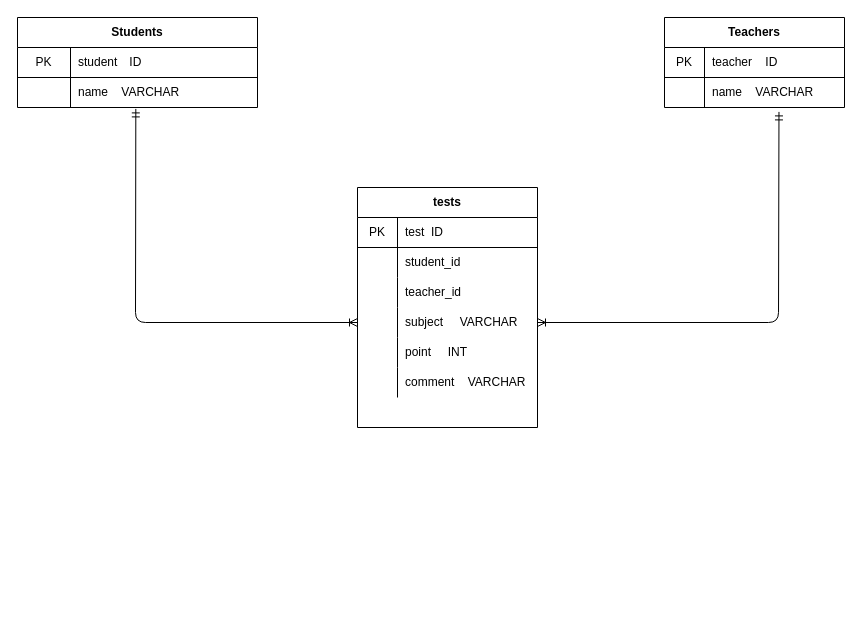
Earlier version of the draw.io diagram test.drawio (kochan-soccer/database_test). Source tidied: cells renumbered, new cells numbered last; positions are measured from the earlier drawing's top-left corner, leaving out a move shared by most shapes. Both pictures are drawn from the tidied source at 100%, with x=0, y=0 at pixel (17, 17).
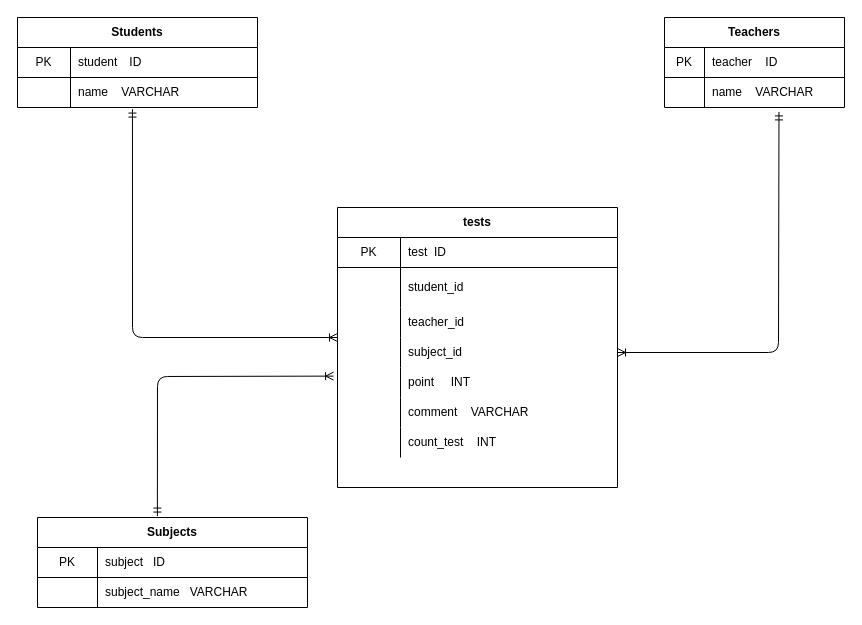
After the change.

The change refers to these unchanged cells:
```xml
<mxCell id="6" style="shape=partialRectangle;html=1;whiteSpace=wrap;fillColor=none;top=0;left=0;bottom=0;right=0;points=[[0,0.5],[1,0.5]];portConstraint=eastwest;" parent="2" vertex="1">
  <mxGeometry y="60" width="240" height="30" as="geometry" />
</mxCell>
<mxCell id="13" style="shape=partialRectangle;html=1;whiteSpace=wrap;fillColor=none;top=0;left=0;bottom=0;right=0;points=[[0,0.5],[1,0.5]];portConstraint=eastwest;" parent="9" vertex="1">
  <mxGeometry y="60" width="180" height="30" as="geometry" />
</mxCell>
```

Change to the diagram source:
```diff
@@
     <mxCell id="16" value="tests" style="shape=table;html=1;whiteSpace=wrap;startSize=30;childLayout=tableLayout;rowLines=0;fontStyle=1;align=center;" parent="1" vertex="1">
-      <mxGeometry x="340" y="170" width="180" height="240" as="geometry" />
+      <mxGeometry x="320" y="190" width="280" height="280" as="geometry" />
     </mxCell>
     <mxCell id="17" style="shape=partialRectangle;html=1;whiteSpace=wrap;fillColor=none;top=0;left=0;bottom=1;right=0;" parent="16" vertex="1">
-      <mxGeometry y="30" width="180" height="30" as="geometry" />
+      <mxGeometry y="30" width="280" height="30" as="geometry" />
     </mxCell>
     <mxCell id="18" value="PK" style="shape=partialRectangle;html=1;whiteSpace=wrap;fillColor=none;top=0;left=0;bottom=0;right=0;overflow=hidden;" parent="17" vertex="1">
-      <mxGeometry width="40" height="30" as="geometry" />
+      <mxGeometry width="63" height="30" as="geometry" />
     </mxCell>
     <mxCell id="19" value="test&amp;nbsp; ID" style="shape=partialRectangle;html=1;whiteSpace=wrap;fillColor=none;top=0;left=0;bottom=0;right=0;align=left;spacingLeft=6;overflow=hidden;" parent="17" vertex="1">
-      <mxGeometry x="40" width="140" height="30" as="geometry" />
+      <mxGeometry x="63" width="217" height="30" as="geometry" />
     </mxCell>
     <mxCell id="20" style="shape=partialRectangle;html=1;whiteSpace=wrap;fillColor=none;top=0;left=0;bottom=0;right=0;" parent="16" vertex="1">
-      <mxGeometry y="60" width="180" height="30" as="geometry" />
+      <mxGeometry y="60" width="280" height="40" as="geometry" />
     </mxCell>
     <mxCell id="21" style="shape=partialRectangle;html=1;whiteSpace=wrap;fillColor=none;top=0;left=0;bottom=0;right=0;overflow=hidden;" parent="20" vertex="1">
-      <mxGeometry width="40" height="30" as="geometry" />
+      <mxGeometry width="63" height="40" as="geometry" />
     </mxCell>
     <mxCell id="22" value="student_id" style="shape=partialRectangle;html=1;whiteSpace=wrap;fillColor=none;top=0;left=0;bottom=0;right=0;align=left;spacingLeft=6;overflow=hidden;" parent="20" vertex="1">
-      <mxGeometry x="40" width="140" height="30" as="geometry" />
+      <mxGeometry x="63" width="217" height="40" as="geometry" />
     </mxCell>
     <mxCell id="23" style="shape=partialRectangle;html=1;whiteSpace=wrap;fillColor=none;top=0;left=0;bottom=0;right=0;" parent="16" vertex="1">
-      <mxGeometry y="90" width="180" height="30" as="geometry" />
+      <mxGeometry y="100" width="280" height="30" as="geometry" />
     </mxCell>
     <mxCell id="24" style="shape=partialRectangle;html=1;whiteSpace=wrap;fillColor=none;top=0;left=0;bottom=0;right=0;overflow=hidden;" parent="23" vertex="1">
-      <mxGeometry width="40" height="30" as="geometry" />
+      <mxGeometry width="63" height="30" as="geometry" />
     </mxCell>
     <mxCell id="25" value="teacher_id" style="shape=partialRectangle;html=1;whiteSpace=wrap;fillColor=none;top=0;left=0;bottom=0;right=0;align=left;spacingLeft=6;overflow=hidden;" parent="23" vertex="1">
-      <mxGeometry x="40" width="140" height="30" as="geometry" />
+      <mxGeometry x="63" width="217" height="30" as="geometry" />
     </mxCell>
     <mxCell id="26" style="shape=partialRectangle;html=1;whiteSpace=wrap;fillColor=none;top=0;left=0;bottom=0;right=0;points=[[0,0.5],[1,0.5]];portConstraint=eastwest;" parent="16" vertex="1">
-      <mxGeometry y="120" width="180" height="30" as="geometry" />
+      <mxGeometry y="130" width="280" height="30" as="geometry" />
     </mxCell>
     <mxCell id="27" style="shape=partialRectangle;html=1;whiteSpace=wrap;fillColor=none;top=0;left=0;bottom=0;right=0;overflow=hidden;" parent="26" vertex="1">
-      <mxGeometry width="40" height="30" as="geometry" />
+      <mxGeometry width="63" height="30" as="geometry" />
     </mxCell>
-    <mxCell id="28" value="subject&amp;nbsp; &amp;nbsp; &amp;nbsp;VARCHAR" style="shape=partialRectangle;html=1;whiteSpace=wrap;fillColor=none;top=0;left=0;bottom=0;right=0;align=left;spacingLeft=6;overflow=hidden;" parent="26" vertex="1">
-      <mxGeometry x="40" width="140" height="30" as="geometry" />
+    <mxCell id="28" value="subject_id" style="shape=partialRectangle;html=1;whiteSpace=wrap;fillColor=none;top=0;left=0;bottom=0;right=0;align=left;spacingLeft=6;overflow=hidden;" parent="26" vertex="1">
+      <mxGeometry x="63" width="217" height="30" as="geometry" />
     </mxCell>
     <mxCell id="29" style="shape=partialRectangle;html=1;whiteSpace=wrap;fillColor=none;top=0;left=0;bottom=0;right=0;points=[[0,0.5],[1,0.5]];portConstraint=eastwest;" parent="16" vertex="1">
-      <mxGeometry y="150" width="180" height="30" as="geometry" />
+      <mxGeometry y="160" width="280" height="30" as="geometry" />
     </mxCell>
     <mxCell id="30" style="shape=partialRectangle;html=1;whiteSpace=wrap;fillColor=none;top=0;left=0;bottom=0;right=0;overflow=hidden;" parent="29" vertex="1">
-      <mxGeometry width="40" height="30" as="geometry" />
+      <mxGeometry width="63" height="30" as="geometry" />
     </mxCell>
     <mxCell id="31" value="point&amp;nbsp; &amp;nbsp; &amp;nbsp;INT" style="shape=partialRectangle;html=1;whiteSpace=wrap;fillColor=none;top=0;left=0;bottom=0;right=0;align=left;spacingLeft=6;overflow=hidden;" parent="29" vertex="1">
-      <mxGeometry x="40" width="140" height="30" as="geometry" />
+      <mxGeometry x="63" width="217" height="30" as="geometry" />
     </mxCell>
     <mxCell id="32" style="shape=partialRectangle;html=1;whiteSpace=wrap;fillColor=none;top=0;left=0;bottom=0;right=0;" parent="16" vertex="1">
-      <mxGeometry y="180" width="180" height="30" as="geometry" />
+      <mxGeometry y="190" width="280" height="30" as="geometry" />
     </mxCell>
     <mxCell id="33" style="shape=partialRectangle;html=1;whiteSpace=wrap;fillColor=none;top=0;left=0;bottom=0;right=0;overflow=hidden;" parent="32" vertex="1">
-      <mxGeometry width="40" height="30" as="geometry" />
+      <mxGeometry width="63" height="30" as="geometry" />
     </mxCell>
     <mxCell id="34" value="comment&amp;nbsp; &amp;nbsp; VARCHAR" style="shape=partialRectangle;html=1;whiteSpace=wrap;fillColor=none;top=0;left=0;bottom=0;right=0;align=left;spacingLeft=6;overflow=hidden;" parent="32" vertex="1">
-      <mxGeometry x="40" width="140" height="30" as="geometry" />
+      <mxGeometry x="63" width="217" height="30" as="geometry" />
     </mxCell>
+    <mxCell id="37" style="shape=partialRectangle;html=1;whiteSpace=wrap;fillColor=none;top=0;left=0;bottom=0;right=0;" parent="16" vertex="1">
+      <mxGeometry y="220" width="280" height="30" as="geometry" />
+    </mxCell>
+    <mxCell id="38" style="shape=partialRectangle;html=1;whiteSpace=wrap;fillColor=none;top=0;left=0;bottom=0;right=0;overflow=hidden;" parent="37" vertex="1">
+      <mxGeometry width="63" height="30" as="geometry" />
+    </mxCell>
+    <mxCell id="39" value="count_test&amp;nbsp; &amp;nbsp; INT" style="shape=partialRectangle;html=1;whiteSpace=wrap;fillColor=none;top=0;left=0;bottom=0;right=0;align=left;spacingLeft=6;overflow=hidden;" parent="37" vertex="1">
+      <mxGeometry x="63" width="217" height="30" as="geometry" />
+    </mxCell>
     <mxCell id="35" style="endArrow=ERoneToMany;html=1;entryX=1;entryY=0.5;entryDx=0;entryDy=0;exitX=0.636;exitY=1.147;exitDx=0;exitDy=0;exitPerimeter=0;endFill=0;startArrow=ERmandOne;startFill=0;" parent="1" edge="1" source="13" target="26">
       <mxGeometry relative="1" as="geometry">
         <Array as="points">
-          <mxPoint x="761" y="305" />
+          <mxPoint x="761" y="335" />
         </Array>
       </mxGeometry>
     </mxCell>
-    <mxCell id="36" style="endArrow=ERoneToMany;html=1;endFill=0;entryX=0;entryY=0.5;entryDx=0;entryDy=0;exitX=0.493;exitY=1.047;exitDx=0;exitDy=0;exitPerimeter=0;startArrow=ERmandOne;startFill=0;" parent="1" edge="1" source="6" target="26">
+    <mxCell id="36" style="endArrow=ERoneToMany;html=1;endFill=0;exitX=0.479;exitY=1.053;exitDx=0;exitDy=0;exitPerimeter=0;startArrow=ERmandOne;startFill=0;" parent="1" edge="1" source="6">
       <mxGeometry relative="1" as="geometry">
+        <mxPoint x="320" y="320" as="targetPoint" />
         <Array as="points">
-          <mxPoint x="118" y="305" />
+          <mxPoint x="115" y="320" />
         </Array>
       </mxGeometry>
     </mxCell>
+    <mxCell id="40" value="Subjects" style="shape=table;html=1;whiteSpace=wrap;startSize=30;childLayout=tableLayout;rowLines=0;fontStyle=1;align=center;" parent="1" vertex="1">
+      <mxGeometry x="20" y="500" width="270" height="90" as="geometry" />
+    </mxCell>
+    <mxCell id="41" style="shape=partialRectangle;html=1;whiteSpace=wrap;fillColor=none;top=0;left=0;bottom=1;right=0;" parent="40" vertex="1">
+      <mxGeometry y="30" width="270" height="30" as="geometry" />
+    </mxCell>
+    <mxCell id="42" value="PK" style="shape=partialRectangle;html=1;whiteSpace=wrap;fillColor=none;top=0;left=0;bottom=0;right=0;overflow=hidden;" parent="41" vertex="1">
+      <mxGeometry width="60" height="30" as="geometry" />
+    </mxCell>
+    <mxCell id="43" value="subject&amp;nbsp; &amp;nbsp;ID" style="shape=partialRectangle;html=1;whiteSpace=wrap;fillColor=none;top=0;left=0;bottom=0;right=0;align=left;spacingLeft=6;overflow=hidden;" parent="41" vertex="1">
+      <mxGeometry x="60" width="210" height="30" as="geometry" />
+    </mxCell>
+    <mxCell id="44" style="shape=partialRectangle;html=1;whiteSpace=wrap;fillColor=none;top=0;left=0;bottom=0;right=0;" parent="40" vertex="1">
+      <mxGeometry y="60" width="270" height="30" as="geometry" />
+    </mxCell>
+    <mxCell id="45" style="shape=partialRectangle;html=1;whiteSpace=wrap;fillColor=none;top=0;left=0;bottom=0;right=0;overflow=hidden;" parent="44" vertex="1">
+      <mxGeometry width="60" height="30" as="geometry" />
+    </mxCell>
+    <mxCell id="46" value="subject_name&amp;nbsp; &amp;nbsp;VARCHAR" style="shape=partialRectangle;html=1;whiteSpace=wrap;fillColor=none;top=0;left=0;bottom=0;right=0;align=left;spacingLeft=6;overflow=hidden;" parent="44" vertex="1">
+      <mxGeometry x="60" width="210" height="30" as="geometry" />
+    </mxCell>
+    <mxCell id="47" style="endArrow=ERoneToMany;html=1;entryX=-0.014;entryY=0.287;entryDx=0;entryDy=0;entryPerimeter=0;endFill=0;startArrow=ERmandOne;startFill=0;exitX=0.444;exitY=-0.016;exitDx=0;exitDy=0;exitPerimeter=0;" parent="1" edge="1" source="40" target="29">
+      <mxGeometry relative="1" as="geometry">
+        <Array as="points">
+          <mxPoint x="140" y="359" />
+        </Array>
+      </mxGeometry>
+    </mxCell>
```
